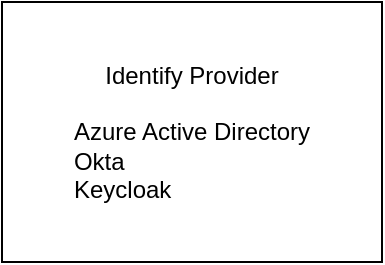
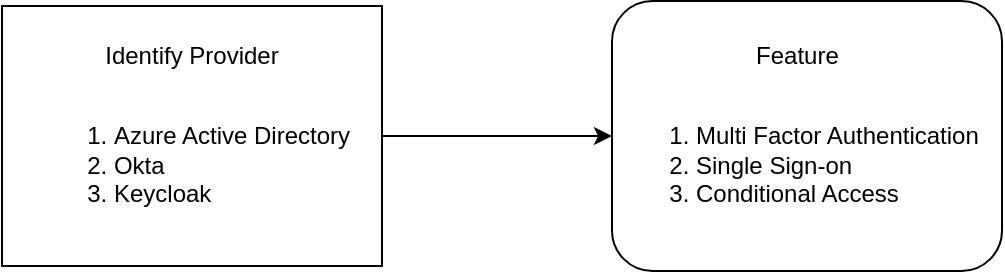
<mxfile host="app.diagrams.net" agent="Mozilla/5.0 (Macintosh; Intel Mac OS X 10_15_7) AppleWebKit/537.36 (KHTML, like Gecko) Chrome/131.0.0.0 Safari/537.36" version="25.0.1">
  <diagram id="Ht1M8jgEwFfnCIfOTk4-" name="Page-1">
    <mxGraphModel dx="1886" dy="1588" grid="1" gridSize="10" guides="1" tooltips="1" connect="1" arrows="1" fold="1" page="1" pageScale="1" pageWidth="1169" pageHeight="827" math="0" shadow="0">
      <root>
        <mxCell id="0" />
        <mxCell id="1" parent="0" />
-         <mxCell id="lTtix9caF7AGYvuhCAnX-6" value="Identify Provider&lt;br&gt;&lt;br&gt;&lt;div style=&quot;text-align: left;&quot;&gt;&lt;span style=&quot;background-color: initial;&quot;&gt;Azure Active Directory&lt;/span&gt;&lt;/div&gt;&lt;div style=&quot;text-align: left;&quot;&gt;Okta&lt;/div&gt;&lt;div style=&quot;text-align: left;&quot;&gt;Keycloak&lt;/div&gt;" style="whiteSpace=wrap;html=1;" vertex="1" parent="1">
+         <mxCell id="lTtix9caF7AGYvuhCAnX-8" value="" style="edgeStyle=orthogonalEdgeStyle;rounded=0;orthogonalLoop=1;jettySize=auto;html=1;" edge="1" parent="1" source="lTtix9caF7AGYvuhCAnX-6" target="lTtix9caF7AGYvuhCAnX-7">
+           <mxGeometry relative="1" as="geometry" />
+         </mxCell>
+         <mxCell id="lTtix9caF7AGYvuhCAnX-6" value="Identify Provider&lt;br&gt;&lt;br&gt;&lt;div style=&quot;text-align: left;&quot;&gt;&lt;ol&gt;&lt;li&gt;&lt;span style=&quot;background-color: initial;&quot;&gt;Azure Active Directory&lt;/span&gt;&lt;/li&gt;&lt;li&gt;Okta&lt;/li&gt;&lt;li&gt;Keycloak&lt;/li&gt;&lt;/ol&gt;&lt;/div&gt;" style="whiteSpace=wrap;html=1;" vertex="1" parent="1">
          <mxGeometry x="30" y="-730" width="190" height="130" as="geometry" />
+         </mxCell>
+         <mxCell id="lTtix9caF7AGYvuhCAnX-7" value="&lt;div style=&quot;text-align: center;&quot;&gt;&lt;span style=&quot;background-color: initial;&quot;&gt;Feature&lt;/span&gt;&lt;/div&gt;&lt;div&gt;&lt;br&gt;&lt;div&gt;&lt;ol&gt;&lt;li&gt;Multi Factor Authentication&lt;/li&gt;&lt;li&gt;Single Sign-on&lt;/li&gt;&lt;li&gt;Conditional Access&lt;/li&gt;&lt;/ol&gt;&lt;/div&gt;&lt;/div&gt;" style="rounded=1;whiteSpace=wrap;html=1;align=left;" vertex="1" parent="1">
+           <mxGeometry x="335" y="-732.5" width="195" height="135" as="geometry" />
        </mxCell>
      </root>
    </mxGraphModel>
  </diagram>
</mxfile>
